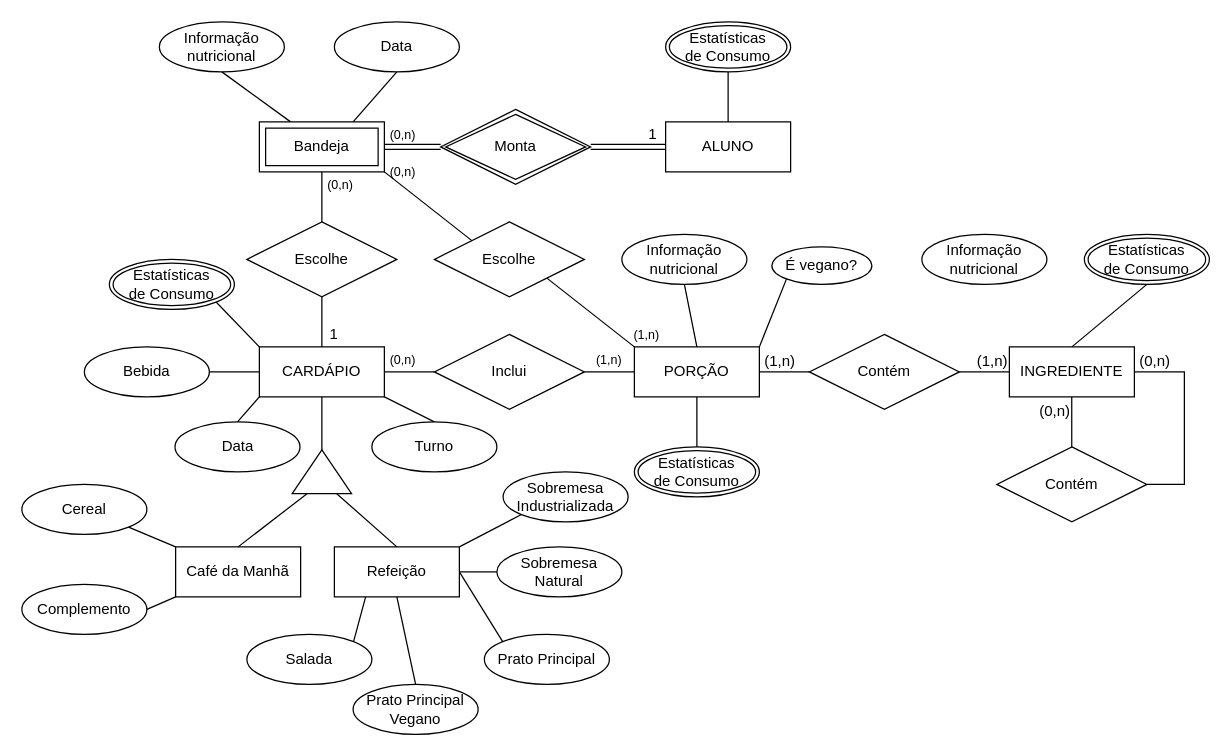
This is lab02/extra/lab02_ER.drawio from uniaovasko/vasco, a draw.io file, before an edit. Source tidied: cells renumbered, new cells numbered last; positions are measured from the earlier drawing's top-left corner, leaving out a move shared by most shapes. Both pictures are drawn from the tidied source at 125%, with x=0, y=0 at pixel (21, 21).
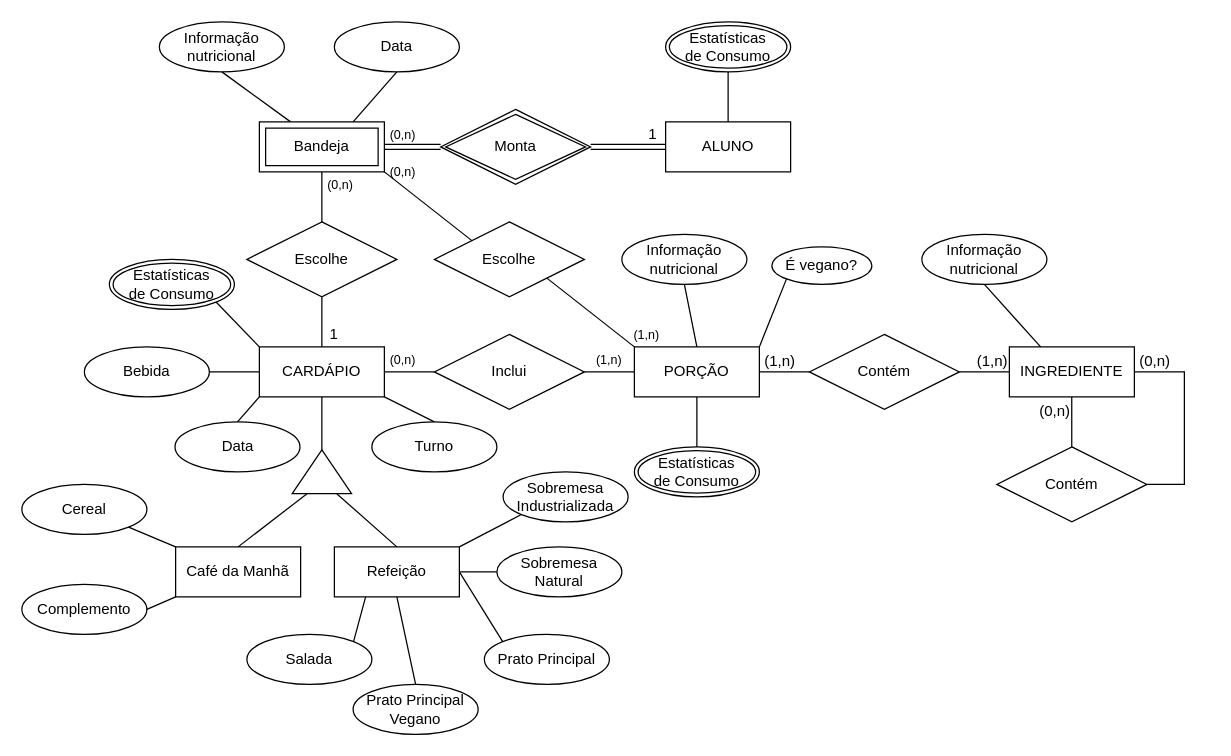
The same page after the edit.

The change refers to these unchanged cells:
```xml
<mxCell id="5" value="INGREDIENTE" style="whiteSpace=wrap;html=1;align=center;" parent="1" vertex="1">
  <mxGeometry x="790" y="260" width="100" height="40" as="geometry" />
</mxCell>
<mxCell id="79" value="Informação nutricional" style="ellipse;whiteSpace=wrap;html=1;align=center;" parent="1" vertex="1">
  <mxGeometry x="720" y="170" width="100" height="40" as="geometry" />
</mxCell>
```

Diff of the diagram source:
```diff
@@
-    <mxCell id="25" style="endArrow=none;html=1;rounded=0;exitX=0.5;exitY=0;exitDx=0;exitDy=0;entryX=0.5;entryY=1;entryDx=0;entryDy=0;" parent="1" edge="1" source="5" target="57">
-      <mxGeometry relative="1" as="geometry" />
-    </mxCell>
@@
-    <mxCell id="57" value="&lt;div&gt;Estatísticas&lt;/div&gt;&lt;div&gt;de Consumo&lt;br&gt;&lt;/div&gt;" style="ellipse;shape=doubleEllipse;margin=3;whiteSpace=wrap;html=1;align=center;" parent="1" vertex="1">
-      <mxGeometry x="850" y="170" width="100" height="40" as="geometry" />
-    </mxCell>
@@
+    <mxCell id="80" style="endArrow=none;html=1;rounded=0;exitX=0.5;exitY=1;exitDx=0;exitDy=0;entryX=0.25;entryY=0;entryDx=0;entryDy=0;" parent="1" edge="1" source="79" target="5">
+      <mxGeometry relative="1" as="geometry" />
+    </mxCell>
```
